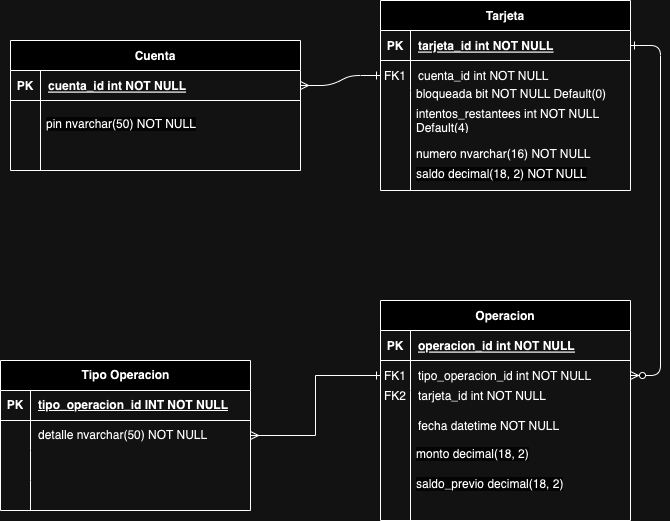
Mldamico/origin-console-atm keeps this draw.io diagram as OriginConsole/Images/der.png. Above is the earlier version. Source tidied: cells renumbered, new cells last; positions are measured from the earlier drawing's top-left corner, leaving out a move shared by most shapes. Source of this version:
```xml
<mxGraphModel>
  <root>
    <mxCell id="0" />
    <mxCell id="1" parent="0" />
    <mxCell id="2" style="edgeStyle=entityRelationEdgeStyle;endArrow=ERone;startArrow=ERmany;endFill=0;startFill=0;" parent="1" edge="1" source="15" target="25">
      <mxGeometry relative="1" as="geometry" />
    </mxCell>
    <mxCell id="3" style="edgeStyle=entityRelationEdgeStyle;endArrow=ERzeroToMany;startArrow=ERone;endFill=1;startFill=0;" parent="1" edge="1" source="22" target="8">
      <mxGeometry relative="1" as="geometry" />
    </mxCell>
    <mxCell id="4" value="Operacion" style="shape=table;startSize=30;rowLines=0;fontStyle=1;align=center;" parent="1" vertex="1">
      <mxGeometry x="380" y="300" width="250" height="220" as="geometry" />
    </mxCell>
    <mxCell id="5" style="shape=partialRectangle;fillColor=none;top=0;left=0;right=0;bottom=1;" parent="4" vertex="1">
      <mxGeometry y="30" width="250" height="30" as="geometry" />
    </mxCell>
    <mxCell id="6" value="PK" style="shape=partialRectangle;overflow=hidden;fillColor=none;top=0;left=0;bottom=0;right=0;fontStyle=1;" parent="5" vertex="1">
      <mxGeometry width="30" height="30" as="geometry" />
    </mxCell>
    <mxCell id="7" value="operacion_id int NOT NULL " style="shape=partialRectangle;overflow=hidden;fillColor=none;top=0;left=0;bottom=0;right=0;align=left;spacingLeft=6;fontStyle=5;" parent="5" vertex="1">
      <mxGeometry x="30" width="220" height="30" as="geometry" />
    </mxCell>
    <mxCell id="8" style="shape=partialRectangle;fillColor=none;points=[[0,0.5],[1,0.5]];portConstraint=eastwest;top=0;left=0;right=0;bottom=0;" parent="4" vertex="1">
      <mxGeometry y="60" width="250" height="30" as="geometry" />
    </mxCell>
    <mxCell id="9" value="FK1" style="shape=partialRectangle;overflow=hidden;fillColor=none;top=0;left=0;bottom=0;right=0;" parent="8" vertex="1">
      <mxGeometry width="30" height="30" as="geometry" />
    </mxCell>
    <mxCell id="10" value="tipo_operacion_id int NOT NULL" style="shape=partialRectangle;overflow=hidden;fillColor=none;top=0;left=0;bottom=0;right=0;align=left;spacingLeft=6;" parent="8" vertex="1">
      <mxGeometry x="30" width="220" height="30" as="geometry" />
    </mxCell>
    <mxCell id="11" style="shape=partialRectangle;fillColor=none;top=0;left=0;right=0;bottom=0;" parent="4" vertex="1">
      <mxGeometry y="90" width="250" height="130" as="geometry" />
    </mxCell>
    <mxCell id="12" style="shape=partialRectangle;overflow=hidden;fillColor=none;top=0;left=0;bottom=0;right=0;" parent="11" vertex="1">
      <mxGeometry width="30" height="130" as="geometry" />
    </mxCell>
    <mxCell id="13" style="shape=partialRectangle;overflow=hidden;fillColor=none;top=0;left=0;bottom=0;right=0;align=left;spacingLeft=6;" parent="11" vertex="1">
      <mxGeometry x="30" width="220" height="130" as="geometry" />
    </mxCell>
    <mxCell id="14" value="Cuenta" style="shape=table;startSize=30;rowLines=0;fontStyle=1;align=center;" parent="1" vertex="1">
      <mxGeometry x="10" y="40" width="290" height="130" as="geometry" />
    </mxCell>
    <mxCell id="15" style="shape=partialRectangle;fillColor=none;points=[[0,0.5],[1,0.5]];portConstraint=eastwest;top=0;left=0;right=0;bottom=1;" parent="14" vertex="1">
      <mxGeometry y="30" width="290" height="30" as="geometry" />
    </mxCell>
    <mxCell id="16" value="PK" style="shape=partialRectangle;overflow=hidden;fillColor=none;top=0;left=0;bottom=0;right=0;fontStyle=1;" parent="15" vertex="1">
      <mxGeometry width="30" height="30" as="geometry" />
    </mxCell>
    <mxCell id="17" value="cuenta_id int NOT NULL " style="shape=partialRectangle;overflow=hidden;fillColor=none;top=0;left=0;bottom=0;right=0;align=left;spacingLeft=6;fontStyle=5;" parent="15" vertex="1">
      <mxGeometry x="30" width="260" height="30" as="geometry" />
    </mxCell>
    <mxCell id="18" style="shape=partialRectangle;fillColor=none;top=0;left=0;right=0;bottom=0;" parent="14" vertex="1">
      <mxGeometry y="60" width="290" height="70" as="geometry" />
    </mxCell>
    <mxCell id="19" style="shape=partialRectangle;overflow=hidden;fillColor=none;top=0;left=0;bottom=0;right=0;" parent="18" vertex="1">
      <mxGeometry width="30" height="70" as="geometry" />
    </mxCell>
    <mxCell id="20" style="shape=partialRectangle;overflow=hidden;fillColor=none;top=0;left=0;bottom=0;right=0;align=left;spacingLeft=6;" parent="18" vertex="1">
      <mxGeometry x="30" width="260" height="70" as="geometry" />
    </mxCell>
    <mxCell id="21" value="Tarjeta" style="shape=table;startSize=30;rowLines=0;fontStyle=1;align=center;" parent="1" vertex="1">
      <mxGeometry x="380" width="250" height="190" as="geometry" />
    </mxCell>
    <mxCell id="22" style="shape=partialRectangle;fillColor=none;points=[[0,0.5],[1,0.5]];portConstraint=eastwest;top=0;left=0;right=0;bottom=1;" parent="21" vertex="1">
      <mxGeometry y="30" width="250" height="30" as="geometry" />
    </mxCell>
    <mxCell id="23" value="PK" style="shape=partialRectangle;overflow=hidden;fillColor=none;top=0;left=0;bottom=0;right=0;fontStyle=1;" parent="22" vertex="1">
      <mxGeometry width="30" height="30" as="geometry" />
    </mxCell>
    <mxCell id="24" value="tarjeta_id int NOT NULL " style="shape=partialRectangle;overflow=hidden;fillColor=none;top=0;left=0;bottom=0;right=0;align=left;spacingLeft=6;fontStyle=5;" parent="22" vertex="1">
      <mxGeometry x="30" width="220" height="30" as="geometry" />
    </mxCell>
    <mxCell id="25" style="shape=partialRectangle;fillColor=none;points=[[0,0.5],[1,0.5]];portConstraint=eastwest;top=0;left=0;right=0;bottom=0;" parent="21" vertex="1">
      <mxGeometry y="60" width="250" height="30" as="geometry" />
    </mxCell>
    <mxCell id="26" value="FK1" style="shape=partialRectangle;overflow=hidden;fillColor=none;top=0;left=0;bottom=0;right=0;" parent="25" vertex="1">
      <mxGeometry width="30" height="30" as="geometry" />
    </mxCell>
    <mxCell id="27" value="cuenta_id int NOT NULL" style="shape=partialRectangle;overflow=hidden;fillColor=none;top=0;left=0;bottom=0;right=0;align=left;spacingLeft=6;" parent="25" vertex="1">
      <mxGeometry x="30" width="220" height="30" as="geometry" />
    </mxCell>
    <mxCell id="28" style="shape=partialRectangle;fillColor=none;top=0;left=0;right=0;bottom=0;" parent="21" vertex="1">
      <mxGeometry y="90" width="250" height="100" as="geometry" />
    </mxCell>
    <mxCell id="29" style="shape=partialRectangle;overflow=hidden;fillColor=none;top=0;left=0;bottom=0;right=0;" parent="28" vertex="1">
      <mxGeometry width="30" height="100" as="geometry" />
    </mxCell>
    <mxCell id="30" style="shape=partialRectangle;overflow=hidden;fillColor=none;top=0;left=0;bottom=0;right=0;align=left;spacingLeft=6;" parent="28" vertex="1">
      <mxGeometry x="30" width="220" height="100" as="geometry" />
    </mxCell>
    <mxCell id="31" value="bloqueada bit NOT NULL Default(0)" style="text;strokeColor=none;fillColor=none;spacingLeft=4;spacingRight=4;overflow=hidden;fontSize=12;whiteSpace=wrap;html=1;" parent="1" vertex="1">
      <mxGeometry x="410" y="80" width="210" height="30" as="geometry" />
    </mxCell>
    <mxCell id="32" value="intentos_restantees int NOT NULL Default(4)" style="text;strokeColor=none;fillColor=none;spacingLeft=4;spacingRight=4;overflow=hidden;fontSize=12;whiteSpace=wrap;html=1;" parent="1" vertex="1">
      <mxGeometry x="410" y="100" width="210" height="30" as="geometry" />
    </mxCell>
    <mxCell id="33" value="numero nvarchar(16) NOT NULL" style="text;strokeColor=none;fillColor=none;spacingLeft=4;spacingRight=4;overflow=hidden;fontSize=12;whiteSpace=wrap;html=1;" parent="1" vertex="1">
      <mxGeometry x="410" y="140" width="210" height="30" as="geometry" />
    </mxCell>
    <mxCell id="34" value="Tipo Operacion" style="shape=table;startSize=30;rowLines=0;fontStyle=1;align=center;html=1;" parent="1" vertex="1">
      <mxGeometry y="360" width="250" height="150" as="geometry" />
    </mxCell>
    <mxCell id="35" style="shape=tableRow;horizontal=0;startSize=0;swimlaneHead=0;swimlaneBody=0;fillColor=none;top=0;left=0;right=0;bottom=1;" parent="34" vertex="1">
      <mxGeometry y="30" width="250" height="30" as="geometry" />
    </mxCell>
    <mxCell id="36" value="PK" style="shape=partialRectangle;fillColor=none;top=0;left=0;bottom=0;right=0;fontStyle=1;overflow=hidden;whiteSpace=wrap;html=1;" parent="35" vertex="1">
      <mxGeometry width="30" height="30" as="geometry" />
    </mxCell>
    <mxCell id="37" value="tipo_operacion_id INT NOT NULL" style="shape=partialRectangle;fillColor=none;top=0;left=0;bottom=0;right=0;align=left;spacingLeft=6;fontStyle=5;overflow=hidden;whiteSpace=wrap;html=1;" parent="35" vertex="1">
      <mxGeometry x="30" width="220" height="30" as="geometry" />
    </mxCell>
    <mxCell id="38" style="shape=tableRow;horizontal=0;startSize=0;swimlaneHead=0;swimlaneBody=0;fillColor=none;points=[[0,0.5],[1,0.5]];portConstraint=eastwest;top=0;left=0;right=0;bottom=0;" parent="34" vertex="1">
      <mxGeometry y="60" width="250" height="30" as="geometry" />
    </mxCell>
    <mxCell id="39" style="shape=partialRectangle;fillColor=none;top=0;left=0;bottom=0;right=0;overflow=hidden;whiteSpace=wrap;html=1;" parent="38" vertex="1">
      <mxGeometry width="30" height="30" as="geometry" />
    </mxCell>
    <mxCell id="40" value="detalle nvarchar(50) NOT NULL" style="shape=partialRectangle;fillColor=none;top=0;left=0;bottom=0;right=0;align=left;spacingLeft=6;overflow=hidden;whiteSpace=wrap;html=1;" parent="38" vertex="1">
      <mxGeometry x="30" width="220" height="30" as="geometry" />
    </mxCell>
    <mxCell id="41" style="shape=tableRow;horizontal=0;startSize=0;swimlaneHead=0;swimlaneBody=0;fillColor=none;top=0;left=0;right=0;bottom=0;" parent="34" vertex="1">
      <mxGeometry y="90" width="250" height="30" as="geometry" />
    </mxCell>
    <mxCell id="42" style="shape=partialRectangle;fillColor=none;top=0;left=0;bottom=0;right=0;overflow=hidden;whiteSpace=wrap;html=1;" parent="41" vertex="1">
      <mxGeometry width="30" height="30" as="geometry" />
    </mxCell>
    <mxCell id="43" style="shape=partialRectangle;fillColor=none;top=0;left=0;bottom=0;right=0;align=left;spacingLeft=6;overflow=hidden;whiteSpace=wrap;html=1;" parent="41" vertex="1">
      <mxGeometry x="30" width="220" height="30" as="geometry" />
    </mxCell>
    <mxCell id="44" style="shape=tableRow;horizontal=0;startSize=0;swimlaneHead=0;swimlaneBody=0;fillColor=none;top=0;left=0;right=0;bottom=0;" parent="34" vertex="1">
      <mxGeometry y="120" width="250" height="30" as="geometry" />
    </mxCell>
    <mxCell id="45" style="shape=partialRectangle;fillColor=none;top=0;left=0;bottom=0;right=0;overflow=hidden;whiteSpace=wrap;html=1;" parent="44" vertex="1">
      <mxGeometry width="30" height="30" as="geometry" />
    </mxCell>
    <mxCell id="46" style="shape=partialRectangle;fillColor=none;top=0;left=0;bottom=0;right=0;align=left;spacingLeft=6;overflow=hidden;whiteSpace=wrap;html=1;" parent="44" vertex="1">
      <mxGeometry x="30" width="220" height="30" as="geometry" />
    </mxCell>
    <mxCell id="47" style="edgeStyle=orthogonalEdgeStyle;rounded=0;jettySize=auto;html=1;entryX=0;entryY=0.5;entryDx=0;entryDy=0;endArrow=ERone;endFill=0;startArrow=ERmany;startFill=0;" parent="1" edge="1" source="38" target="8">
      <mxGeometry relative="1" as="geometry" />
    </mxCell>
    <mxCell id="48" value="&lt;meta charset=&quot;utf-8&quot;&gt;&lt;span style=&quot;color: rgb(0, 0, 0); font-family: Helvetica; font-size: 12px; font-style: normal; font-variant-ligatures: normal; font-variant-caps: normal; font-weight: 400; letter-spacing: normal; orphans: 2; text-align: left; text-indent: 0px; text-transform: none; widows: 2; word-spacing: 0px; -webkit-text-stroke-width: 0px; background-color: rgb(251, 251, 251); text-decoration-thickness: initial; text-decoration-style: initial; text-decoration-color: initial; float: none; display: inline !important;&quot;&gt;pin nvarchar(50) NOT NULL&lt;/span&gt;" style="text;strokeColor=none;fillColor=none;spacingLeft=4;spacingRight=4;overflow=hidden;fontSize=12;whiteSpace=wrap;html=1;" parent="1" vertex="1">
      <mxGeometry x="40" y="110" width="210" height="30" as="geometry" />
    </mxCell>
    <mxCell id="49" value="&lt;span style=&quot;color: rgb(0, 0, 0); font-family: Helvetica; font-size: 12px; font-style: normal; font-variant-ligatures: normal; font-variant-caps: normal; font-weight: 400; letter-spacing: normal; orphans: 2; text-align: left; text-indent: 0px; text-transform: none; widows: 2; word-spacing: 0px; -webkit-text-stroke-width: 0px; background-color: rgb(251, 251, 251); text-decoration-thickness: initial; text-decoration-style: initial; text-decoration-color: initial; float: none; display: inline !important;&quot;&gt;saldo decimal(18, 2) NOT NULL&lt;/span&gt;" style="text;strokeColor=none;fillColor=none;spacingLeft=4;spacingRight=4;overflow=hidden;fontSize=12;whiteSpace=wrap;html=1;" parent="1" vertex="1">
      <mxGeometry x="410" y="160" width="210" height="30" as="geometry" />
    </mxCell>
    <mxCell id="50" value="FK2" style="shape=partialRectangle;overflow=hidden;fillColor=none;top=0;left=0;bottom=0;right=0;" parent="1" vertex="1">
      <mxGeometry x="380" y="380" width="30" height="30" as="geometry" />
    </mxCell>
    <mxCell id="51" value="tarjeta_id int NOT NULL" style="shape=partialRectangle;overflow=hidden;fillColor=none;top=0;left=0;bottom=0;right=0;align=left;spacingLeft=6;" parent="1" vertex="1">
      <mxGeometry x="410" y="380" width="220" height="30" as="geometry" />
    </mxCell>
    <mxCell id="52" value="fecha datetime NOT NULL" style="shape=partialRectangle;overflow=hidden;fillColor=none;top=0;left=0;bottom=0;right=0;align=left;spacingLeft=6;" parent="1" vertex="1">
      <mxGeometry x="410" y="410" width="220" height="30" as="geometry" />
    </mxCell>
    <mxCell id="53" value="&lt;span style=&quot;color: rgb(0, 0, 0); font-family: Helvetica; font-size: 12px; font-style: normal; font-variant-ligatures: normal; font-variant-caps: normal; font-weight: 400; letter-spacing: normal; orphans: 2; text-align: left; text-indent: 0px; text-transform: none; widows: 2; word-spacing: 0px; -webkit-text-stroke-width: 0px; background-color: rgb(251, 251, 251); text-decoration-thickness: initial; text-decoration-style: initial; text-decoration-color: initial; float: none; display: inline !important;&quot;&gt;monto decimal(18, 2)&lt;/span&gt;" style="text;strokeColor=none;fillColor=none;spacingLeft=4;spacingRight=4;overflow=hidden;fontSize=12;whiteSpace=wrap;html=1;" parent="1" vertex="1">
      <mxGeometry x="410" y="440" width="210" height="30" as="geometry" />
    </mxCell>
    <mxCell id="54" value="&lt;span style=&quot;color: rgb(0, 0, 0); font-family: Helvetica; font-size: 12px; font-style: normal; font-variant-ligatures: normal; font-variant-caps: normal; font-weight: 400; letter-spacing: normal; orphans: 2; text-align: left; text-indent: 0px; text-transform: none; widows: 2; word-spacing: 0px; -webkit-text-stroke-width: 0px; background-color: rgb(251, 251, 251); text-decoration-thickness: initial; text-decoration-style: initial; text-decoration-color: initial; float: none; display: inline !important;&quot;&gt;saldo_previo decimal(18, 2)&lt;/span&gt;" style="text;strokeColor=none;fillColor=none;spacingLeft=4;spacingRight=4;overflow=hidden;fontSize=12;whiteSpace=wrap;html=1;" parent="1" vertex="1">
      <mxGeometry x="410" y="470" width="210" height="30" as="geometry" />
    </mxCell>
  </root>
</mxGraphModel>
```
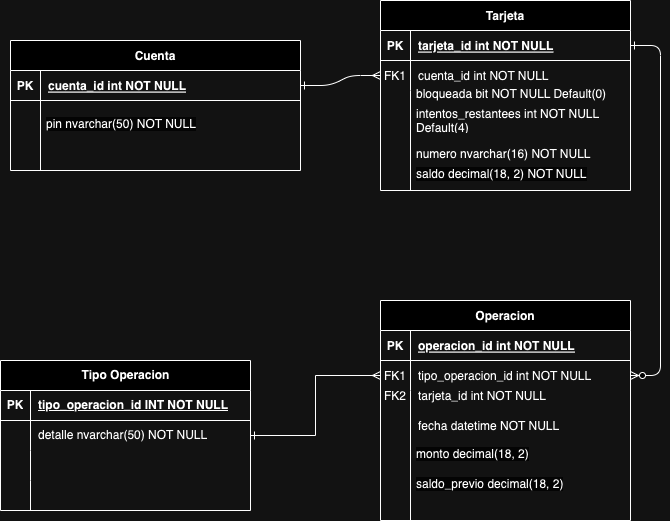
The same file after the commit.

Diff of the diagram source:
```diff
@@ -2,7 +2,7 @@
   <root>
     <mxCell id="0" />
     <mxCell id="1" parent="0" />
-    <mxCell id="2" style="edgeStyle=entityRelationEdgeStyle;endArrow=ERone;startArrow=ERmany;endFill=0;startFill=0;" parent="1" edge="1" source="15" target="25">
+    <mxCell id="2" style="edgeStyle=entityRelationEdgeStyle;endArrow=ERmany;startArrow=ERone;endFill=0;startFill=0;" parent="1" edge="1" source="15" target="25">
       <mxGeometry relative="1" as="geometry" />
     </mxCell>
     <mxCell id="3" style="edgeStyle=entityRelationEdgeStyle;endArrow=ERzeroToMany;startArrow=ERone;endFill=1;startFill=0;" parent="1" edge="1" source="22" target="8">
@@ -137,7 +137,7 @@
     <mxCell id="46" style="shape=partialRectangle;fillColor=none;top=0;left=0;bottom=0;right=0;align=left;spacingLeft=6;overflow=hidden;whiteSpace=wrap;html=1;" parent="44" vertex="1">
       <mxGeometry x="30" width="220" height="30" as="geometry" />
     </mxCell>
-    <mxCell id="47" style="edgeStyle=orthogonalEdgeStyle;rounded=0;jettySize=auto;html=1;entryX=0;entryY=0.5;entryDx=0;entryDy=0;endArrow=ERone;endFill=0;startArrow=ERmany;startFill=0;" parent="1" edge="1" source="38" target="8">
+    <mxCell id="47" style="edgeStyle=orthogonalEdgeStyle;rounded=0;jettySize=auto;html=1;entryX=0;entryY=0.5;entryDx=0;entryDy=0;endArrow=ERmany;endFill=0;startArrow=ERone;startFill=0;" parent="1" edge="1" source="38" target="8">
       <mxGeometry relative="1" as="geometry" />
     </mxCell>
     <mxCell id="48" value="&lt;meta charset=&quot;utf-8&quot;&gt;&lt;span style=&quot;color: rgb(0, 0, 0); font-family: Helvetica; font-size: 12px; font-style: normal; font-variant-ligatures: normal; font-variant-caps: normal; font-weight: 400; letter-spacing: normal; orphans: 2; text-align: left; text-indent: 0px; text-transform: none; widows: 2; word-spacing: 0px; -webkit-text-stroke-width: 0px; background-color: rgb(251, 251, 251); text-decoration-thickness: initial; text-decoration-style: initial; text-decoration-color: initial; float: none; display: inline !important;&quot;&gt;pin nvarchar(50) NOT NULL&lt;/span&gt;" style="text;strokeColor=none;fillColor=none;spacingLeft=4;spacingRight=4;overflow=hidden;fontSize=12;whiteSpace=wrap;html=1;" parent="1" vertex="1">
```
